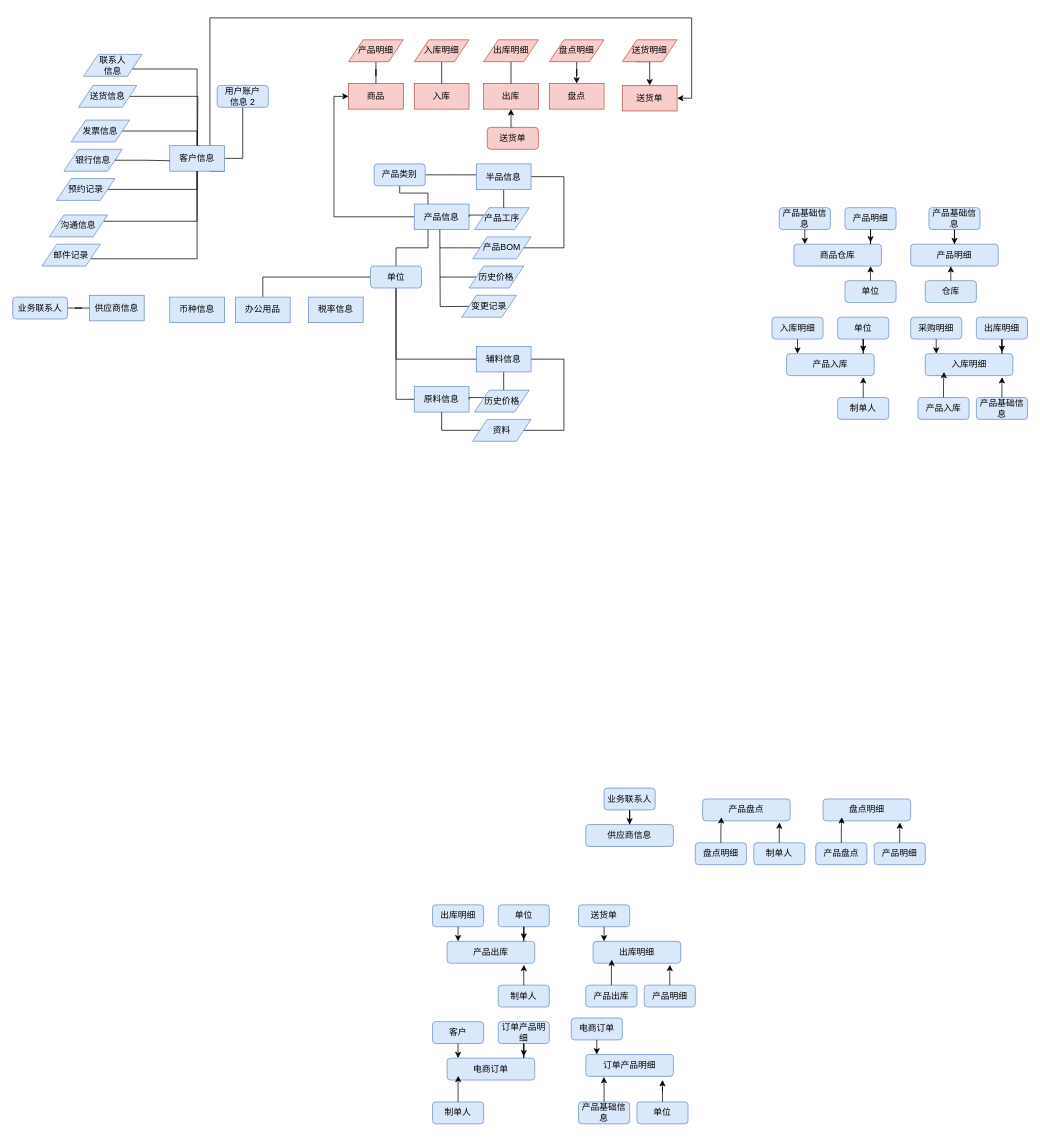
This is ERDiagram.drawio from sbosleo/sbosmobile, a draw.io file, before an edit. Source tidied: cells renumbered, new cells numbered last; positions are measured from the earlier drawing's top-left corner, leaving out a move shared by most shapes. Both pictures are drawn from the tidied source at 73%, with x=0, y=0 at pixel (12, 18).
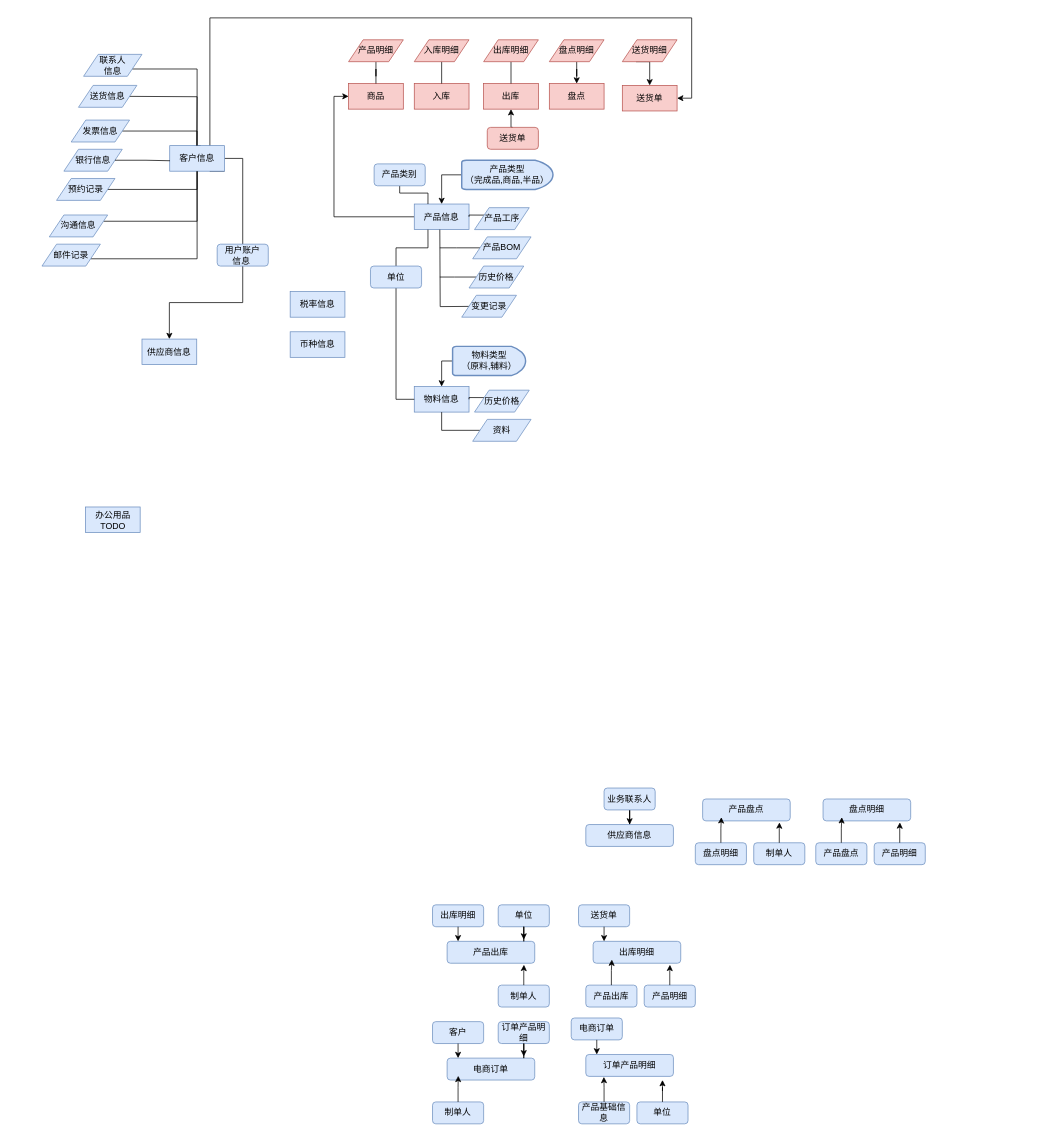
The same diagram, later.

Unchanged cells that the change refers to:
```xml
<mxCell id="72" value="产品信息" style="rounded=0;whiteSpace=wrap;html=1;fillColor=#dae8fc;strokeColor=#6c8ebf;" parent="1" vertex="1">
  <mxGeometry x="550" y="255" width="75" height="35" as="geometry" />
</mxCell>
<mxCell id="75" value="产品类别" style="rounded=1;whiteSpace=wrap;html=1;fillColor=#dae8fc;strokeColor=#6c8ebf;" parent="1" vertex="1">
  <mxGeometry x="495" y="200" width="70" height="30" as="geometry" />
</mxCell>
<mxCell id="77" value="产品BOM" style="shape=parallelogram;perimeter=parallelogramPerimeter;whiteSpace=wrap;html=1;fixedSize=1;fillColor=#dae8fc;strokeColor=#6c8ebf;" parent="1" vertex="1">
  <mxGeometry x="630" y="300" width="80" height="30" as="geometry" />
</mxCell>
<mxCell id="79" value="产品工序" style="shape=parallelogram;perimeter=parallelogramPerimeter;whiteSpace=wrap;html=1;fixedSize=1;fillColor=#dae8fc;strokeColor=#6c8ebf;" parent="1" vertex="1">
  <mxGeometry x="632.5" y="260" width="75" height="30" as="geometry" />
</mxCell>
<mxCell id="89" value="资料" style="shape=parallelogram;perimeter=parallelogramPerimeter;whiteSpace=wrap;html=1;fixedSize=1;fillColor=#dae8fc;strokeColor=#6c8ebf;" parent="1" vertex="1">
  <mxGeometry x="630" y="550" width="80" height="30" as="geometry" />
</mxCell>
<mxCell id="91" value="历史价格" style="shape=parallelogram;perimeter=parallelogramPerimeter;whiteSpace=wrap;html=1;fixedSize=1;fillColor=#dae8fc;strokeColor=#6c8ebf;" parent="1" vertex="1">
  <mxGeometry x="632.5" y="510" width="75" height="30" as="geometry" />
</mxCell>
<mxCell id="99" value="单位" style="rounded=1;whiteSpace=wrap;html=1;fillColor=#dae8fc;strokeColor=#6c8ebf;" parent="1" vertex="1">
  <mxGeometry x="490" y="340" width="70" height="30" as="geometry" />
</mxCell>
<mxCell id="112" value="送货信息" style="shape=parallelogram;perimeter=parallelogramPerimeter;whiteSpace=wrap;html=1;fixedSize=1;fillColor=#dae8fc;strokeColor=#6c8ebf;" parent="1" vertex="1">
  <mxGeometry x="90" y="92.5" width="80" height="30" as="geometry" />
</mxCell>
```

The edit, as a diff of the source:
```diff
@@
-    <mxCell id="5" value="产品基础信息" style="rounded=1;whiteSpace=wrap;html=1;fillColor=#dae8fc;strokeColor=#6c8ebf;" parent="1" vertex="1">
-      <mxGeometry x="1050" y="260" width="70" height="30" as="geometry" />
-    </mxCell>
-    <mxCell id="6" value="产品明细" style="rounded=1;whiteSpace=wrap;html=1;fillColor=#dae8fc;strokeColor=#6c8ebf;" parent="1" vertex="1">
-      <mxGeometry x="1140" y="260" width="70" height="30" as="geometry" />
-    </mxCell>
-    <mxCell id="7" value="仓库" style="rounded=1;whiteSpace=wrap;html=1;fillColor=#dae8fc;strokeColor=#6c8ebf;" parent="1" vertex="1">
-      <mxGeometry x="1250" y="360" width="70" height="30" as="geometry" />
-    </mxCell>
-    <mxCell id="8" value="商品仓库" style="rounded=1;whiteSpace=wrap;html=1;fillColor=#dae8fc;strokeColor=#6c8ebf;" parent="1" vertex="1">
-      <mxGeometry x="1070" y="310" width="120" height="30" as="geometry" />
-    </mxCell>
-    <mxCell id="9" style="edgeStyle=orthogonalEdgeStyle;rounded=0;jettySize=auto;html=1;entryX=0.13;entryY=-0.006;entryDx=0;entryDy=0;entryPerimeter=0;" parent="1" edge="1" source="5" target="8">
-      <mxGeometry relative="1" as="geometry" />
-    </mxCell>
-    <mxCell id="10" style="edgeStyle=orthogonalEdgeStyle;rounded=0;jettySize=auto;html=1;entryX=0.875;entryY=-0.079;entryDx=0;entryDy=0;entryPerimeter=0;" parent="1" edge="1" source="6" target="8">
-      <mxGeometry relative="1" as="geometry" />
-    </mxCell>
-    <mxCell id="11" value="单位" style="rounded=1;whiteSpace=wrap;html=1;fillColor=#dae8fc;strokeColor=#6c8ebf;" parent="1" vertex="1">
-      <mxGeometry x="1140" y="360" width="70" height="30" as="geometry" />
-    </mxCell>
-    <mxCell id="12" style="edgeStyle=orthogonalEdgeStyle;rounded=0;jettySize=auto;html=1;entryX=0.5;entryY=0;entryDx=0;entryDy=0;" parent="1" edge="1" source="13" target="14">
-      <mxGeometry relative="1" as="geometry" />
-    </mxCell>
-    <mxCell id="13" value="产品基础信息" style="rounded=1;whiteSpace=wrap;html=1;fillColor=#dae8fc;strokeColor=#6c8ebf;" parent="1" vertex="1">
-      <mxGeometry x="1255" y="260" width="70" height="30" as="geometry" />
-    </mxCell>
-    <mxCell id="14" value="产品明细" style="rounded=1;whiteSpace=wrap;html=1;fillColor=#dae8fc;strokeColor=#6c8ebf;" parent="1" vertex="1">
-      <mxGeometry x="1230" y="310" width="120" height="30" as="geometry" />
-    </mxCell>
-    <mxCell id="15" style="edgeStyle=orthogonalEdgeStyle;rounded=0;jettySize=auto;html=1;entryX=0.459;entryY=1.015;entryDx=0;entryDy=0;entryPerimeter=0;" parent="1" edge="1" source="7" target="14">
-      <mxGeometry relative="1" as="geometry" />
-    </mxCell>
-    <mxCell id="16" value="入库明细" style="rounded=1;whiteSpace=wrap;html=1;fillColor=#dae8fc;strokeColor=#6c8ebf;" parent="1" vertex="1">
-      <mxGeometry x="1040" y="410" width="70" height="30" as="geometry" />
-    </mxCell>
-    <mxCell id="17" value="单位" style="rounded=1;whiteSpace=wrap;html=1;fillColor=#dae8fc;strokeColor=#6c8ebf;" parent="1" vertex="1">
-      <mxGeometry x="1130" y="410" width="70" height="30" as="geometry" />
-    </mxCell>
-    <mxCell id="18" value="产品入库" style="rounded=1;whiteSpace=wrap;html=1;fillColor=#dae8fc;strokeColor=#6c8ebf;" parent="1" vertex="1">
-      <mxGeometry x="1060" y="460" width="120" height="30" as="geometry" />
-    </mxCell>
-    <mxCell id="19" style="edgeStyle=orthogonalEdgeStyle;rounded=0;jettySize=auto;html=1;entryX=0.13;entryY=-0.006;entryDx=0;entryDy=0;entryPerimeter=0;" parent="1" edge="1" source="16" target="18">
-      <mxGeometry relative="1" as="geometry" />
-    </mxCell>
-    <mxCell id="20" style="edgeStyle=orthogonalEdgeStyle;rounded=0;jettySize=auto;html=1;entryX=0.875;entryY=-0.079;entryDx=0;entryDy=0;entryPerimeter=0;" parent="1" edge="1" source="17" target="18">
-      <mxGeometry relative="1" as="geometry" />
-    </mxCell>
-    <mxCell id="21" value="制单人" style="rounded=1;whiteSpace=wrap;html=1;fillColor=#dae8fc;strokeColor=#6c8ebf;" parent="1" vertex="1">
-      <mxGeometry x="1130" y="520" width="70" height="30" as="geometry" />
-    </mxCell>
-    <mxCell id="22" style="edgeStyle=orthogonalEdgeStyle;rounded=0;jettySize=auto;html=1;entryX=0.877;entryY=1.07;entryDx=0;entryDy=0;entryPerimeter=0;" parent="1" edge="1" source="21" target="18">
-      <mxGeometry relative="1" as="geometry" />
-    </mxCell>
-    <mxCell id="23" value="采购明细" style="rounded=1;whiteSpace=wrap;html=1;fillColor=#dae8fc;strokeColor=#6c8ebf;" parent="1" vertex="1">
-      <mxGeometry x="1230" y="410" width="70" height="30" as="geometry" />
-    </mxCell>
-    <mxCell id="24" value="出库明细" style="rounded=1;whiteSpace=wrap;html=1;fillColor=#dae8fc;strokeColor=#6c8ebf;" parent="1" vertex="1">
-      <mxGeometry x="1320" y="410" width="70" height="30" as="geometry" />
-    </mxCell>
-    <mxCell id="25" value="入库明细" style="rounded=1;whiteSpace=wrap;html=1;fillColor=#dae8fc;strokeColor=#6c8ebf;" parent="1" vertex="1">
-      <mxGeometry x="1250" y="460" width="120" height="30" as="geometry" />
-    </mxCell>
-    <mxCell id="26" style="edgeStyle=orthogonalEdgeStyle;rounded=0;jettySize=auto;html=1;entryX=0.13;entryY=-0.006;entryDx=0;entryDy=0;entryPerimeter=0;" parent="1" edge="1" source="23" target="25">
-      <mxGeometry relative="1" as="geometry" />
-    </mxCell>
-    <mxCell id="27" style="edgeStyle=orthogonalEdgeStyle;rounded=0;jettySize=auto;html=1;entryX=0.875;entryY=-0.079;entryDx=0;entryDy=0;entryPerimeter=0;" parent="1" edge="1" source="24" target="25">
-      <mxGeometry relative="1" as="geometry" />
-    </mxCell>
-    <mxCell id="28" value="产品基础信息" style="rounded=1;whiteSpace=wrap;html=1;fillColor=#dae8fc;strokeColor=#6c8ebf;" parent="1" vertex="1">
-      <mxGeometry x="1320" y="520" width="70" height="30" as="geometry" />
-    </mxCell>
-    <mxCell id="29" style="edgeStyle=orthogonalEdgeStyle;rounded=0;jettySize=auto;html=1;entryX=0.877;entryY=1.07;entryDx=0;entryDy=0;entryPerimeter=0;" parent="1" edge="1" source="28" target="25">
-      <mxGeometry relative="1" as="geometry" />
-    </mxCell>
-    <mxCell id="30" value="产品入库" style="rounded=1;whiteSpace=wrap;html=1;fillColor=#dae8fc;strokeColor=#6c8ebf;" parent="1" vertex="1">
-      <mxGeometry x="1240" y="520" width="70" height="30" as="geometry" />
-    </mxCell>
-    <mxCell id="31" style="edgeStyle=orthogonalEdgeStyle;rounded=0;jettySize=auto;html=1;entryX=0.214;entryY=0.833;entryDx=0;entryDy=0;entryPerimeter=0;" parent="1" edge="1" source="30" target="25">
-      <mxGeometry relative="1" as="geometry" />
-    </mxCell>
-    <mxCell id="32" style="edgeStyle=orthogonalEdgeStyle;rounded=0;jettySize=auto;html=1;entryX=0.872;entryY=1.033;entryDx=0;entryDy=0;entryPerimeter=0;" parent="1" edge="1" source="11" target="8">
-      <mxGeometry relative="1" as="geometry" />
-    </mxCell>
@@
-    <mxCell id="73" style="edgeStyle=orthogonalEdgeStyle;rounded=0;jettySize=auto;html=1;endArrow=none;endFill=0;" parent="1" edge="1" source="75">
-      <mxGeometry relative="1" as="geometry">
-        <mxPoint x="635" y="215" as="targetPoint" />
-      </mxGeometry>
-    </mxCell>
@@
-    <mxCell id="80" style="edgeStyle=orthogonalEdgeStyle;rounded=0;jettySize=auto;html=1;endArrow=none;endFill=0;" parent="1" edge="1" source="82" target="77">
-      <mxGeometry relative="1" as="geometry">
-        <Array as="points">
-          <mxPoint x="755" y="217" />
-          <mxPoint x="755" y="315" />
-        </Array>
-      </mxGeometry>
-    </mxCell>
-    <mxCell id="81" style="edgeStyle=orthogonalEdgeStyle;rounded=0;jettySize=auto;html=1;endArrow=none;endFill=0;" parent="1" edge="1" source="82" target="79">
-      <mxGeometry relative="1" as="geometry">
-        <Array as="points">
-          <mxPoint x="675" y="260" />
-          <mxPoint x="675" y="260" />
-        </Array>
-      </mxGeometry>
-    </mxCell>
-    <mxCell id="82" value="半品信息" style="rounded=0;whiteSpace=wrap;html=1;fillColor=#dae8fc;strokeColor=#6c8ebf;" parent="1" vertex="1">
-      <mxGeometry x="635" y="200" width="75" height="35" as="geometry" />
-    </mxCell>
@@
-    <mxCell id="87" value="原料信息" style="rounded=0;whiteSpace=wrap;html=1;fillColor=#dae8fc;strokeColor=#6c8ebf;" parent="1" vertex="1">
+    <mxCell id="87" value="物料信息" style="rounded=0;whiteSpace=wrap;html=1;fillColor=#dae8fc;strokeColor=#6c8ebf;" parent="1" vertex="1">
       <mxGeometry x="550" y="505" width="75" height="35" as="geometry" />
     </mxCell>
@@
-    <mxCell id="92" style="edgeStyle=orthogonalEdgeStyle;rounded=0;jettySize=auto;html=1;endArrow=none;endFill=0;" parent="1" edge="1" source="94" target="89">
-      <mxGeometry relative="1" as="geometry">
-        <Array as="points">
-          <mxPoint x="755" y="467" />
-          <mxPoint x="755" y="565" />
-        </Array>
-      </mxGeometry>
-    </mxCell>
-    <mxCell id="93" style="edgeStyle=orthogonalEdgeStyle;rounded=0;jettySize=auto;html=1;endArrow=none;endFill=0;" parent="1" edge="1" source="94" target="91">
-      <mxGeometry relative="1" as="geometry">
-        <Array as="points">
-          <mxPoint x="675" y="510" />
-          <mxPoint x="675" y="510" />
-        </Array>
-      </mxGeometry>
-    </mxCell>
-    <mxCell id="94" value="辅料信息" style="rounded=0;whiteSpace=wrap;html=1;fillColor=#dae8fc;strokeColor=#6c8ebf;" parent="1" vertex="1">
-      <mxGeometry x="635" y="450" width="75" height="35" as="geometry" />
-    </mxCell>
@@
-    <mxCell id="96" style="edgeStyle=orthogonalEdgeStyle;rounded=0;jettySize=auto;html=1;entryX=0.5;entryY=0;entryDx=0;entryDy=0;endArrow=none;endFill=0;" parent="1" edge="1" source="99" target="122">
-      <mxGeometry relative="1" as="geometry" />
-    </mxCell>
-    <mxCell id="97" style="edgeStyle=orthogonalEdgeStyle;rounded=0;jettySize=auto;html=1;exitX=0.5;exitY=1;exitDx=0;exitDy=0;entryX=0;entryY=0.5;entryDx=0;entryDy=0;endArrow=none;endFill=0;" parent="1" edge="1" source="99" target="94">
-      <mxGeometry relative="1" as="geometry" />
-    </mxCell>
@@
+    <mxCell id="142" style="edgeStyle=orthogonalEdgeStyle;rounded=0;jettySize=auto;html=1;exitX=0.5;exitY=1;exitDx=0;exitDy=0;" parent="1" edge="1" source="101" target="119">
+      <mxGeometry relative="1" as="geometry" />
+    </mxCell>
-    <mxCell id="101" value="用户账户&lt;div&gt;信息 2&lt;/div&gt;" style="rounded=1;whiteSpace=wrap;html=1;fillColor=#dae8fc;strokeColor=#6c8ebf;" parent="1" vertex="1">
-      <mxGeometry x="280" y="92.5" width="70" height="30" as="geometry" />
+    <mxCell id="101" value="用户账户&lt;div&gt;信息&amp;nbsp;&lt;/div&gt;" style="rounded=1;whiteSpace=wrap;html=1;fillColor=#dae8fc;strokeColor=#6c8ebf;" parent="1" vertex="1">
+      <mxGeometry x="280" y="310" width="70" height="30" as="geometry" />
     </mxCell>
@@
-    <mxCell id="111" style="edgeStyle=orthogonalEdgeStyle;rounded=0;jettySize=auto;html=1;exitX=1;exitY=0.5;exitDx=0;exitDy=0;endArrow=none;endFill=0;" parent="1" edge="1" source="112">
+    <mxCell id="111" style="edgeStyle=orthogonalEdgeStyle;rounded=0;orthogonalLoop=1;jettySize=auto;html=1;exitX=1;exitY=0.5;exitDx=0;exitDy=0;endArrow=none;endFill=0;" parent="1" edge="1">
       <mxGeometry relative="1" as="geometry">
-        <mxPoint x="253" y="175" as="targetPoint" />
+        <mxPoint x="159" y="107.5" as="sourcePoint" />
+        <mxPoint x="252" y="175" as="targetPoint" />
       </mxGeometry>
     </mxCell>
@@
     <mxCell id="119" value="供应商信息" style="rounded=0;whiteSpace=wrap;html=1;fillColor=#dae8fc;strokeColor=#6c8ebf;" parent="1" vertex="1">
-      <mxGeometry x="105" y="380" width="75" height="35" as="geometry" />
+      <mxGeometry x="177" y="440" width="75" height="35" as="geometry" />
     </mxCell>
-    <mxCell id="120" style="edgeStyle=orthogonalEdgeStyle;rounded=0;jettySize=auto;html=1;entryX=0;entryY=0.5;entryDx=0;entryDy=0;endArrow=none;endFill=0;" parent="1" edge="1" source="121" target="119">
-      <mxGeometry relative="1" as="geometry" />
-    </mxCell>
-    <mxCell id="121" value="业务联系人" style="rounded=1;whiteSpace=wrap;html=1;fillColor=#dae8fc;strokeColor=#6c8ebf;" parent="1" vertex="1">
-      <mxGeometry y="382.5" width="75" height="30" as="geometry" />
-    </mxCell>
-    <mxCell id="122" value="办公用品" style="rounded=0;whiteSpace=wrap;html=1;fillColor=#dae8fc;strokeColor=#6c8ebf;" parent="1" vertex="1">
-      <mxGeometry x="305" y="382.5" width="75" height="35" as="geometry" />
+    <mxCell id="122" value="办公用品&lt;div&gt;TODO&lt;/div&gt;" style="rounded=0;whiteSpace=wrap;html=1;fillColor=#dae8fc;strokeColor=#6c8ebf;" parent="1" vertex="1">
+      <mxGeometry x="99.5" y="670" width="75" height="35" as="geometry" />
     </mxCell>
     <mxCell id="123" value="税率信息" style="rounded=0;whiteSpace=wrap;html=1;fillColor=#dae8fc;strokeColor=#6c8ebf;" parent="1" vertex="1">
-      <mxGeometry x="405" y="382.5" width="75" height="35" as="geometry" />
+      <mxGeometry x="380" y="375" width="75" height="35" as="geometry" />
     </mxCell>
     <mxCell id="124" value="币种信息" style="rounded=0;whiteSpace=wrap;html=1;fillColor=#dae8fc;strokeColor=#6c8ebf;" parent="1" vertex="1">
-      <mxGeometry x="215" y="382.5" width="75" height="35" as="geometry" />
+      <mxGeometry x="380" y="430" width="75" height="35" as="geometry" />
     </mxCell>
@@
+    <mxCell id="143" style="edgeStyle=orthogonalEdgeStyle;rounded=0;jettySize=auto;html=1;exitX=0;exitY=0.5;exitDx=0;exitDy=0;exitPerimeter=0;entryX=0.5;entryY=0;entryDx=0;entryDy=0;" parent="1" edge="1" source="144" target="87">
+      <mxGeometry relative="1" as="geometry" />
+    </mxCell>
+    <mxCell id="144" value="物料类型&lt;div&gt;（原料,辅料）&lt;/div&gt;" style="strokeWidth=2;html=1;shape=mxgraph.flowchart.delay;whiteSpace=wrap;fillColor=#dae8fc;strokeColor=#6c8ebf;" parent="1" vertex="1">
+      <mxGeometry x="602.5" y="450" width="100" height="40" as="geometry" />
+    </mxCell>
+    <mxCell id="145" style="edgeStyle=orthogonalEdgeStyle;rounded=0;jettySize=auto;html=1;exitX=0;exitY=0.5;exitDx=0;exitDy=0;exitPerimeter=0;entryX=0.5;entryY=0;entryDx=0;entryDy=0;" parent="1" edge="1" source="146" target="72">
+      <mxGeometry relative="1" as="geometry" />
+    </mxCell>
+    <mxCell id="146" value="产品类型&lt;div&gt;（完成品,商品,半品）&lt;/div&gt;" style="strokeWidth=2;html=1;shape=mxgraph.flowchart.delay;whiteSpace=wrap;fillColor=#dae8fc;strokeColor=#6c8ebf;" parent="1" vertex="1">
+      <mxGeometry x="615" y="195" width="125" height="40" as="geometry" />
+    </mxCell>
```
